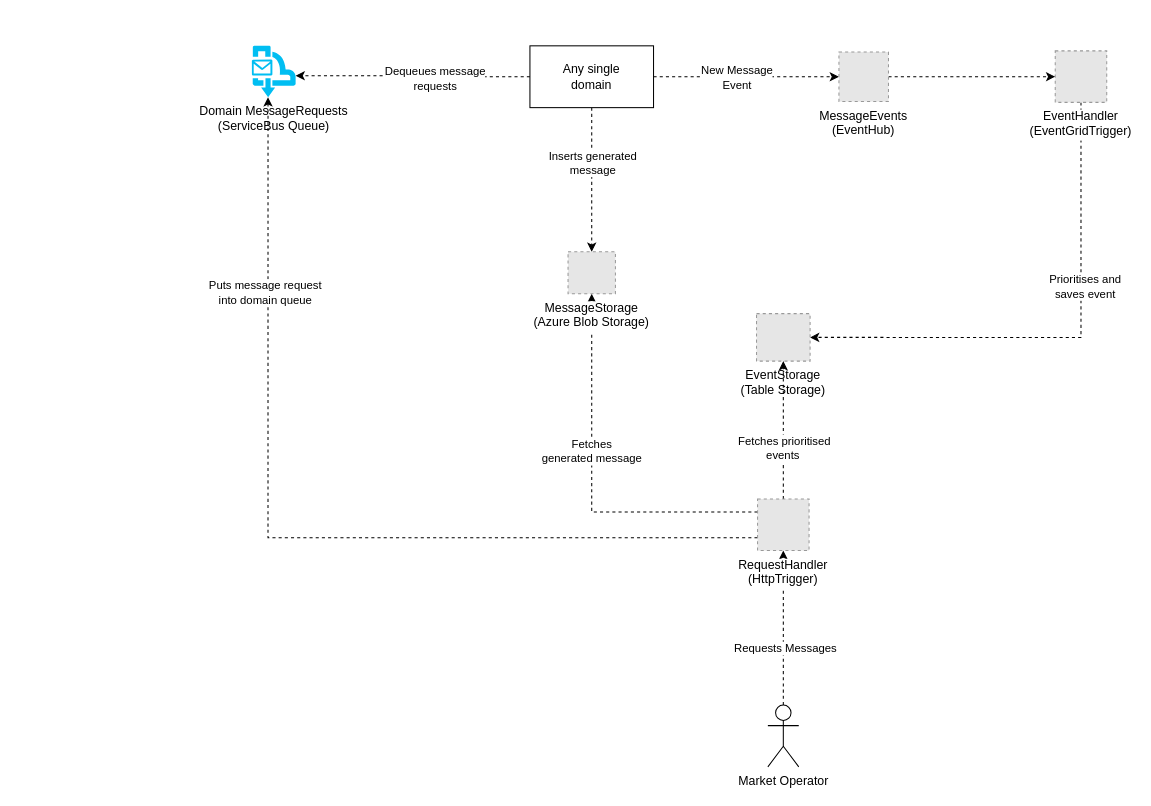
Energinet-DataHub/ARCHIVED-geh-post-office keeps this draw.io diagram as page "Page-2" (1 of 2) of ARCHITECTURE.drawio. Above is the earlier version. Source tidied: cells renumbered, new cells numbered last; positions are measured from the earlier drawing's top-left corner, leaving out a move shared by most shapes. Both pictures are drawn from the tidied source at 103%, with x=0, y=0 at pixel (251, 45). Pictures stored in the file or linked from it are replaced by grey dashed boxes.
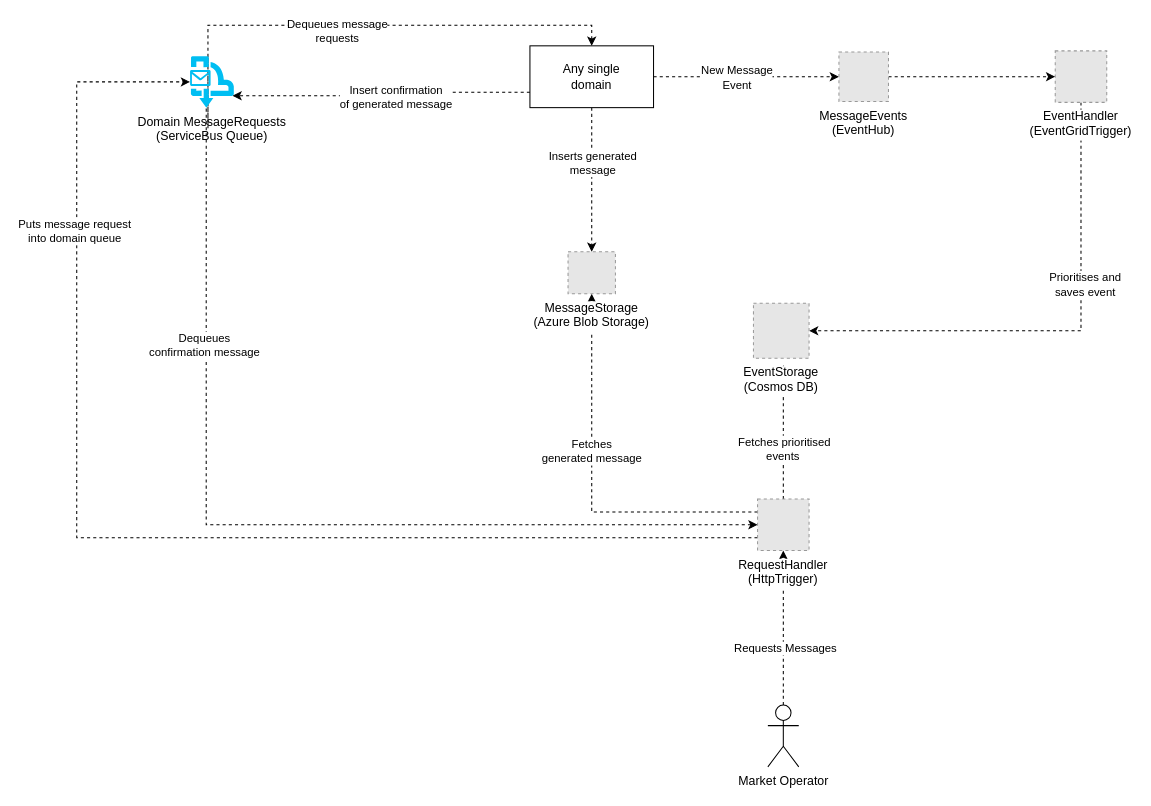
Above is the later version.

Unchanged cells that the change refers to:
```xml
<mxCell id="8" value="Any single&lt;br&gt;domain" style="rounded=0;whiteSpace=wrap;html=1;" parent="1" vertex="1">
  <mxGeometry x="270" width="120" height="60" as="geometry" />
</mxCell>
<mxCell id="11" value="EventHandler&#10;(EventGridTrigger)" style="fillColor=#E6E6E6;strokeColor=#999999;dashed=1;verticalLabelPosition=bottom;labelBackgroundColor=#ffffff;verticalAlign=top;" parent="1" vertex="1">
  <mxGeometry x="780" y="4.9" width="50" height="50" as="geometry" />
</mxCell>
<mxCell id="24" value="RequestHandler&#10;(HttpTrigger)" style="fillColor=#E6E6E6;strokeColor=#999999;dashed=1;verticalLabelPosition=bottom;labelBackgroundColor=#ffffff;verticalAlign=top;" parent="1" vertex="1">
  <mxGeometry x="491" y="440" width="50" height="50" as="geometry" />
</mxCell>
```

Change to the diagram source:
```diff
@@
-    <mxCell id="4" style="edgeStyle=orthogonalEdgeStyle;rounded=0;jettySize=auto;html=1;exitX=0;exitY=0.5;exitDx=0;exitDy=0;entryX=1;entryY=0.58;entryDx=0;entryDy=0;entryPerimeter=0;dashed=1;" parent="1" edge="1" source="8" target="25">
+    <mxCell id="4" style="edgeStyle=orthogonalEdgeStyle;rounded=0;jettySize=auto;html=1;exitX=0.5;exitY=0;exitDx=0;exitDy=0;entryX=0.41;entryY=0;entryDx=0;entryDy=0;entryPerimeter=0;dashed=1;endArrow=none;endFill=0;startArrow=classic;startFill=1;" parent="1" edge="1" source="8" target="25">
       <mxGeometry relative="1" as="geometry" />
     </mxCell>
     <mxCell id="5" value="Dequeues message&lt;br&gt;requests" style="edgeLabel;html=1;align=center;verticalAlign=middle;" parent="4" vertex="1">
-      <mxGeometry x="-0.19" y="1" relative="1" as="geometry" />
+      <mxGeometry x="-0.19" y="1" relative="1" as="geometry">
+        <mxPoint x="-40" y="4" as="offset" />
+      </mxGeometry>
     </mxCell>
@@
+    <mxCell id="27" style="edgeStyle=orthogonalEdgeStyle;rounded=0;jettySize=auto;html=1;exitX=0;exitY=0.75;exitDx=0;exitDy=0;entryX=0.97;entryY=0.77;entryDx=0;entryDy=0;entryPerimeter=0;dashed=1;" parent="1" edge="1" source="8" target="25">
+      <mxGeometry relative="1" as="geometry" />
+    </mxCell>
+    <mxCell id="28" value="Insert confirmation&lt;br&gt;of generated message" style="edgeLabel;html=1;align=center;verticalAlign=middle;" parent="27" vertex="1">
+      <mxGeometry x="0.4" y="1" relative="1" as="geometry">
+        <mxPoint x="71" as="offset" />
+      </mxGeometry>
+    </mxCell>
@@
-    <mxCell id="9" style="edgeStyle=orthogonalEdgeStyle;rounded=0;jettySize=auto;html=1;exitX=0.5;exitY=1;exitDx=0;exitDy=0;entryX=1;entryY=0.5;entryDx=0;entryDy=0;dashed=1;" parent="1" edge="1" source="11" target="14">
+    <mxCell id="9" style="edgeStyle=orthogonalEdgeStyle;rounded=0;jettySize=auto;html=1;exitX=0.5;exitY=1;exitDx=0;exitDy=0;dashed=1;entryX=1;entryY=0.5;entryDx=0;entryDy=0;" parent="1" edge="1" source="11" target="31">
       <mxGeometry relative="1" as="geometry" />
     </mxCell>
@@
-    <mxCell id="14" value="EventStorage&#10;(Table Storage)" style="fillColor=#E6E6E6;strokeColor=#999999;dashed=1;verticalLabelPosition=bottom;labelBackgroundColor=#ffffff;verticalAlign=top;" parent="1" vertex="1">
-      <mxGeometry x="490" y="260" width="52" height="46.1" as="geometry" />
-    </mxCell>
@@
-    <mxCell id="18" style="edgeStyle=orthogonalEdgeStyle;rounded=0;jettySize=auto;html=1;exitX=0.5;exitY=0;exitDx=0;exitDy=0;dashed=1;" parent="1" edge="1" source="24" target="14">
-      <mxGeometry relative="1" as="geometry" />
+    <mxCell id="18" style="edgeStyle=orthogonalEdgeStyle;rounded=0;jettySize=auto;html=1;exitX=0.5;exitY=0;exitDx=0;exitDy=0;dashed=1;" parent="1" edge="1" source="24">
+      <mxGeometry relative="1" as="geometry">
+        <mxPoint x="516" y="310" as="targetPoint" />
+      </mxGeometry>
     </mxCell>
@@
-    <mxCell id="20" style="edgeStyle=orthogonalEdgeStyle;rounded=0;jettySize=auto;html=1;exitX=0;exitY=0.75;exitDx=0;exitDy=0;entryX=0.37;entryY=1;entryDx=0;entryDy=0;entryPerimeter=0;dashed=1;" parent="1" edge="1" source="24" target="25">
-      <mxGeometry relative="1" as="geometry" />
+    <mxCell id="20" style="edgeStyle=orthogonalEdgeStyle;rounded=0;jettySize=auto;html=1;exitX=0;exitY=0.75;exitDx=0;exitDy=0;entryX=0;entryY=0.5;entryDx=0;entryDy=0;entryPerimeter=0;dashed=1;" parent="1" edge="1" source="24" target="25">
+      <mxGeometry relative="1" as="geometry">
+        <Array as="points">
+          <mxPoint x="-170" y="478" />
+          <mxPoint x="-170" y="35" />
+        </Array>
+      </mxGeometry>
     </mxCell>
@@
+    <mxCell id="29" style="edgeStyle=orthogonalEdgeStyle;rounded=0;jettySize=auto;html=1;exitX=0;exitY=0.5;exitDx=0;exitDy=0;entryX=0.37;entryY=1;entryDx=0;entryDy=0;entryPerimeter=0;dashed=1;startArrow=classic;startFill=1;endArrow=none;endFill=0;" parent="1" edge="1" source="24" target="25">
+      <mxGeometry relative="1" as="geometry" />
+    </mxCell>
+    <mxCell id="30" value="Dequeues&lt;br&gt;confirmation message" style="edgeLabel;html=1;align=center;verticalAlign=middle;" parent="29" vertex="1">
+      <mxGeometry x="0.51" y="2" relative="1" as="geometry" />
+    </mxCell>
@@
     <mxCell id="25" value="Domain MessageRequests&lt;br&gt;(ServiceBus Queue)" style="verticalLabelPosition=bottom;html=1;verticalAlign=top;align=center;strokeColor=none;fillColor=#00BEF2;shape=mxgraph.azure.service_bus_queues;" parent="1" vertex="1">
-      <mxGeometry width="42.5" height="50" as="geometry" />
+      <mxGeometry x="-60" y="10" width="42.5" height="50" as="geometry" />
     </mxCell>
@@
+    <mxCell id="31" value="EventStorage&#10;(Cosmos DB)" style="fillColor=#E6E6E6;strokeColor=#999999;dashed=1;verticalLabelPosition=bottom;labelBackgroundColor=#ffffff;verticalAlign=top;" parent="1" vertex="1">
+      <mxGeometry x="487" y="250" width="54" height="53.4" as="geometry" />
+    </mxCell>
```
